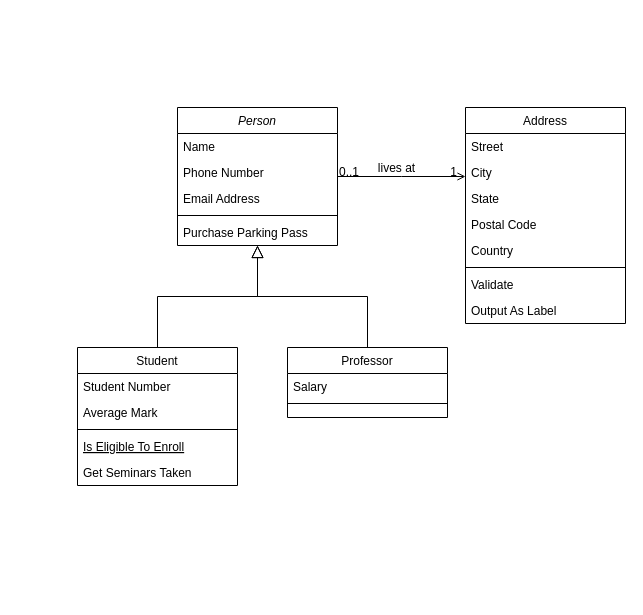
Earlier version of the draw.io diagram Untitled Diagram.drawio (hanmin0728/2-3). Source tidied: cells renumbered, new cells numbered last; positions are measured from the earlier drawing's top-left corner, leaving out a move shared by most shapes. Both pictures are drawn from the tidied source at 100%, with x=0, y=0 at pixel (77, 107).
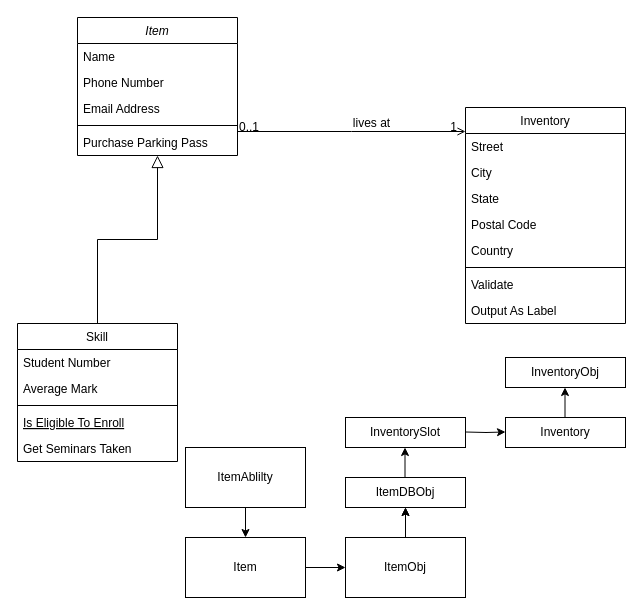
The same page after the edit.

Change to the diagram source:
```diff
@@
-    <mxCell id="2" value="Person" style="swimlane;fontStyle=2;align=center;verticalAlign=top;horizontal=1;startSize=26;rounded=0;shadow=0;strokeWidth=1;" parent="1" vertex="1">
-      <mxGeometry x="100" width="160" height="138" as="geometry" />
+    <mxCell id="2" value="Item" style="swimlane;fontStyle=2;align=center;verticalAlign=top;horizontal=1;startSize=26;rounded=0;shadow=0;strokeWidth=1;" parent="1" vertex="1">
+      <mxGeometry y="-90" width="160" height="138" as="geometry" />
     </mxCell>
@@
-    <mxCell id="8" value="Student" style="swimlane;fontStyle=0;align=center;verticalAlign=top;horizontal=1;startSize=26;rounded=0;shadow=0;strokeWidth=1;" parent="1" vertex="1">
-      <mxGeometry y="240" width="160" height="138" as="geometry" />
+    <mxCell id="8" value="Skill&#10;" style="swimlane;fontStyle=0;align=center;verticalAlign=top;horizontal=1;startSize=26;rounded=0;shadow=0;strokeWidth=1;" parent="1" vertex="1">
+      <mxGeometry x="-60" y="216" width="160" height="138" as="geometry" />
     </mxCell>
@@
-    <mxCell id="15" value="Professor" style="swimlane;fontStyle=0;align=center;verticalAlign=top;horizontal=1;startSize=26;rounded=0;shadow=0;strokeWidth=1;" parent="1" vertex="1">
-      <mxGeometry x="210" y="240" width="160" height="70" as="geometry" />
-    </mxCell>
-    <mxCell id="16" value="Salary" style="text;align=left;verticalAlign=top;spacingLeft=4;spacingRight=4;overflow=hidden;" parent="15" vertex="1">
-      <mxGeometry y="26" width="160" height="26" as="geometry" />
-    </mxCell>
-    <mxCell id="17" style="line;html=1;strokeWidth=1;align=left;verticalAlign=middle;spacingTop=-1;spacingLeft=3;spacingRight=3;labelPosition=right;" parent="15" vertex="1">
-      <mxGeometry y="52" width="160" height="8" as="geometry" />
-    </mxCell>
-    <mxCell id="18" style="endArrow=block;endSize=10;endFill=0;shadow=0;strokeWidth=1;rounded=0;edgeStyle=elbowEdgeStyle;elbow=vertical;" parent="1" edge="1" source="15" target="2">
-      <mxGeometry relative="1" as="geometry" />
-    </mxCell>
-    <mxCell id="19" value="Address" style="swimlane;fontStyle=0;align=center;verticalAlign=top;horizontal=1;startSize=26;rounded=0;shadow=0;strokeWidth=1;" parent="1" vertex="1">
+    <mxCell id="19" value="Inventory&#10;" style="swimlane;fontStyle=0;align=center;verticalAlign=top;horizontal=1;startSize=26;rounded=0;shadow=0;strokeWidth=1;" parent="1" vertex="1">
       <mxGeometry x="388" width="160" height="216" as="geometry" />
     </mxCell>
@@
+    <mxCell id="32" style="edgeStyle=orthogonalEdgeStyle;rounded=0;jettySize=auto;html=1;exitX=1;exitY=0.5;exitDx=0;exitDy=0;entryX=0;entryY=0.5;entryDx=0;entryDy=0;" parent="1" edge="1" source="33" target="37">
+      <mxGeometry relative="1" as="geometry" />
+    </mxCell>
+    <mxCell id="33" value="Item" style="rounded=0;whiteSpace=wrap;html=1;" parent="1" vertex="1">
+      <mxGeometry x="108" y="430" width="120" height="60" as="geometry" />
+    </mxCell>
+    <mxCell id="34" value="ItemAblilty" style="rounded=0;whiteSpace=wrap;html=1;" parent="1" vertex="1">
+      <mxGeometry x="108" y="340" width="120" height="60" as="geometry" />
+    </mxCell>
+    <mxCell id="35" style="endArrow=classic;html=1;rounded=0;exitX=0.5;exitY=1;exitDx=0;exitDy=0;" parent="1" edge="1" source="34" target="33">
+      <mxGeometry relative="1" as="geometry" />
+    </mxCell>
+    <mxCell id="36" style="edgeStyle=orthogonalEdgeStyle;rounded=0;jettySize=auto;html=1;" parent="1" edge="1" source="37" target="39">
+      <mxGeometry relative="1" as="geometry" />
+    </mxCell>
+    <mxCell id="37" value="ItemObj" style="rounded=0;whiteSpace=wrap;html=1;" parent="1" vertex="1">
+      <mxGeometry x="268" y="430" width="120" height="60" as="geometry" />
+    </mxCell>
+    <mxCell id="38" style="endArrow=classic;html=1;rounded=0;exitX=0.5;exitY=0;exitDx=0;exitDy=0;entryX=0.5;entryY=1;entryDx=0;entryDy=0;" parent="1" edge="1" source="37" target="39">
+      <mxGeometry relative="1" as="geometry" />
+    </mxCell>
+    <mxCell id="39" value="ItemDBObj" style="rounded=0;whiteSpace=wrap;html=1;" parent="1" vertex="1">
+      <mxGeometry x="268" y="370" width="120" height="30" as="geometry" />
+    </mxCell>
+    <mxCell id="40" style="endArrow=classic;html=1;rounded=0;exitX=0.5;exitY=0;exitDx=0;exitDy=0;entryX=0.5;entryY=1;entryDx=0;entryDy=0;" parent="1" edge="1">
+      <mxGeometry relative="1" as="geometry">
+        <mxPoint x="327.5" y="370" as="sourcePoint" />
+        <mxPoint x="327.5" y="340" as="targetPoint" />
+      </mxGeometry>
+    </mxCell>
+    <mxCell id="41" value="InventorySlot" style="rounded=0;whiteSpace=wrap;html=1;" parent="1" vertex="1">
+      <mxGeometry x="268" y="310" width="120" height="30" as="geometry" />
+    </mxCell>
+    <mxCell id="42" style="edgeStyle=orthogonalEdgeStyle;rounded=0;orthogonalLoop=1;jettySize=auto;html=1;exitX=1;exitY=0.5;exitDx=0;exitDy=0;entryX=0;entryY=0.5;entryDx=0;entryDy=0;" parent="1" edge="1">
+      <mxGeometry relative="1" as="geometry">
+        <mxPoint x="388" y="324.5" as="sourcePoint" />
+        <mxPoint x="428" y="324.5" as="targetPoint" />
+      </mxGeometry>
+    </mxCell>
+    <mxCell id="43" value="Inventory" style="rounded=0;whiteSpace=wrap;html=1;" parent="1" vertex="1">
+      <mxGeometry x="428" y="310" width="120" height="30" as="geometry" />
+    </mxCell>
+    <mxCell id="44" style="endArrow=classic;html=1;rounded=0;exitX=0.5;exitY=0;exitDx=0;exitDy=0;entryX=0.5;entryY=1;entryDx=0;entryDy=0;" parent="1" edge="1">
+      <mxGeometry relative="1" as="geometry">
+        <mxPoint x="487.5" y="310" as="sourcePoint" />
+        <mxPoint x="487.5" y="280" as="targetPoint" />
+      </mxGeometry>
+    </mxCell>
+    <mxCell id="45" value="InventoryObj" style="rounded=0;whiteSpace=wrap;html=1;" parent="1" vertex="1">
+      <mxGeometry x="428" y="250" width="120" height="30" as="geometry" />
+    </mxCell>
```
